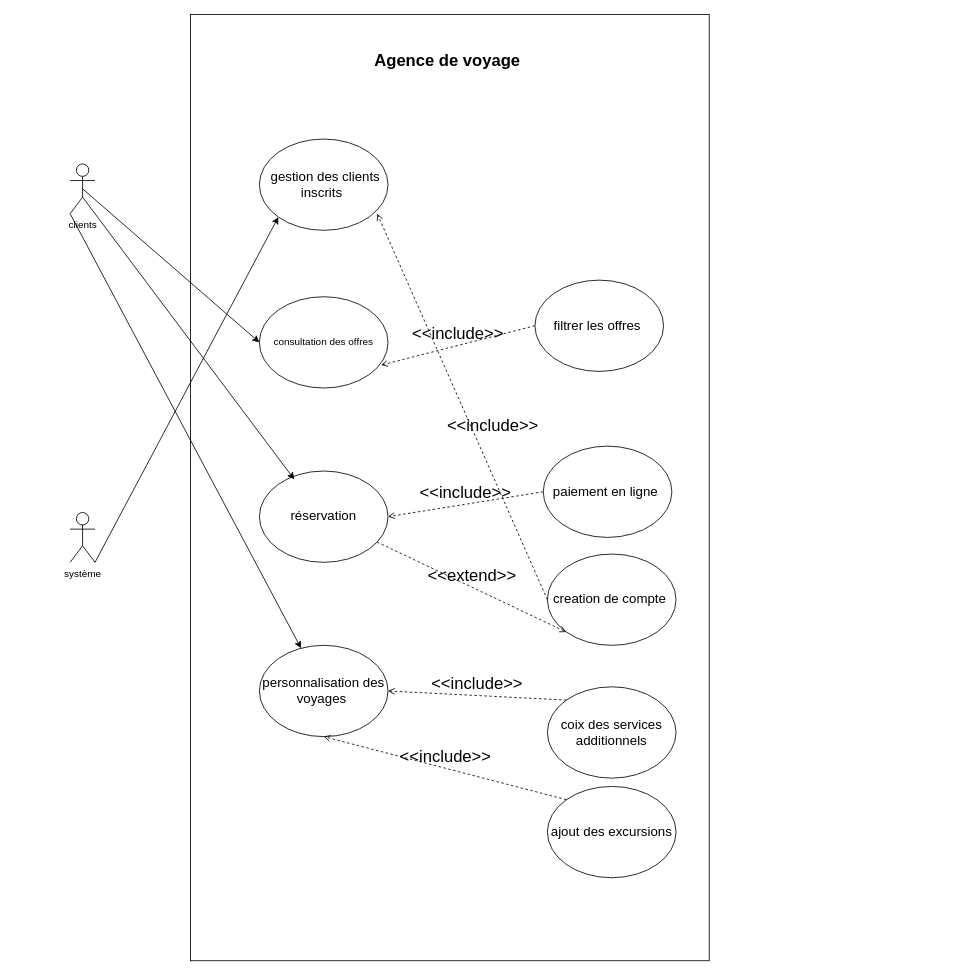
The draw.io diagram UML-use-case -voyage.drawio in HananeOubaha/brief-7-agence-voyage, before the edit. Source tidied: cells renumbered, new cells numbered last; positions are measured from the earlier drawing's top-left corner, leaving out a move shared by most shapes. Both pictures are drawn from the tidied source at 83%, with x=0, y=0 at pixel (70, 14).
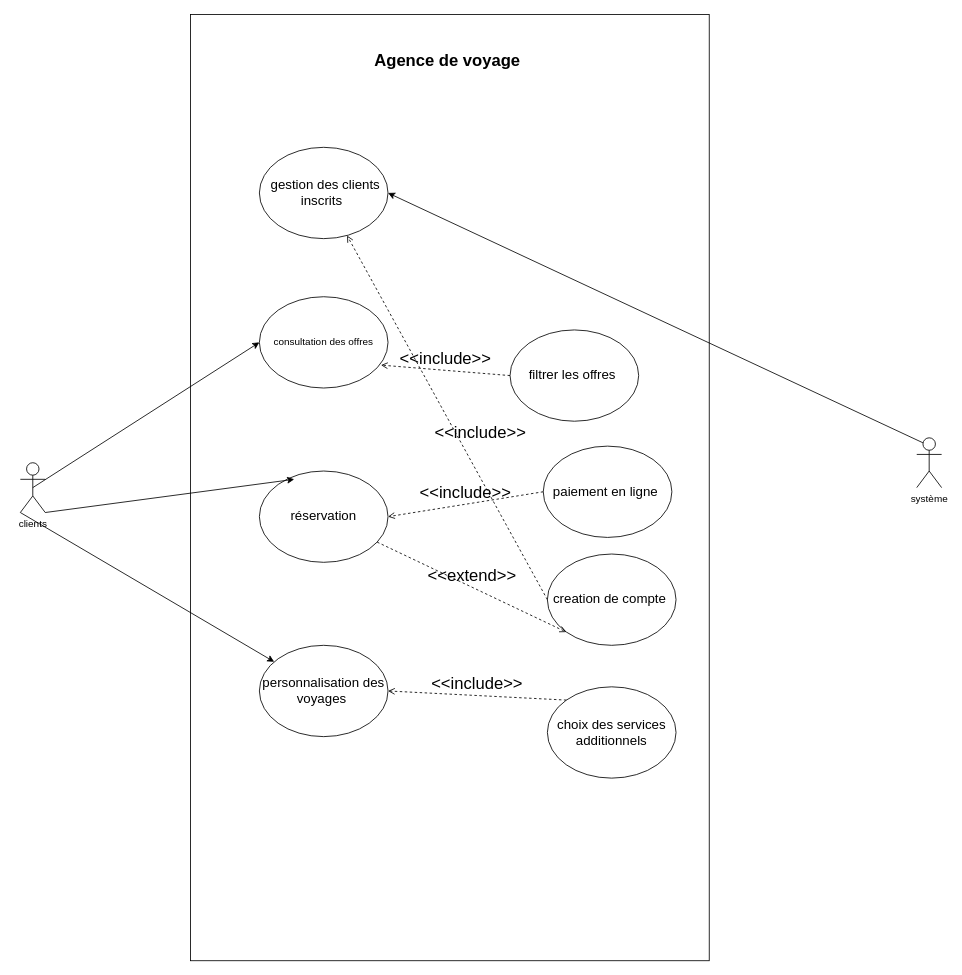
The same diagram, later.

Commit message (it also covers changes not shown here):
j'ai ajouté mon fichier php

Unchanged cells that the change refers to:
```xml
<mxCell id="9" value="&lt;span style=&quot;font-size: 12pt; line-height: 115%; font-family: Aptos, sans-serif;&quot; lang=&quot;FR&quot;&gt;personnalisation des voyages&amp;nbsp;&lt;/span&gt;" style="ellipse;whiteSpace=wrap;html=1;" parent="1" vertex="1">
  <mxGeometry x="228" y="760" width="155" height="110" as="geometry" />
</mxCell>
<mxCell id="16" value="&lt;span style=&quot;font-size: 12pt; line-height: 115%; font-family: Aptos, sans-serif;&quot; lang=&quot;FR&quot;&gt;creation de compte&amp;nbsp;&lt;/span&gt;" style="ellipse;whiteSpace=wrap;html=1;" parent="1" vertex="1">
  <mxGeometry x="575" y="650" width="155" height="110" as="geometry" />
</mxCell>
```

What changed in the source:
```diff
@@
     <mxCell id="4" value="clients" style="shape=umlActor;verticalLabelPosition=bottom;verticalAlign=top;html=1;outlineConnect=0;" parent="1" vertex="1">
-      <mxGeometry y="180" width="30" height="60" as="geometry" />
+      <mxGeometry x="-60" y="540" width="30" height="60" as="geometry" />
     </mxCell>
     <mxCell id="5" value="système" style="shape=umlActor;verticalLabelPosition=bottom;verticalAlign=top;html=1;outlineConnect=0;" parent="1" vertex="1">
-      <mxGeometry y="600" width="30" height="60" as="geometry" />
+      <mxGeometry x="1020" y="510" width="30" height="60" as="geometry" />
     </mxCell>
     <mxCell id="6" value="&lt;span style=&quot;font-size: 12pt; line-height: 115%; font-family: Aptos, sans-serif;&quot; lang=&quot;FR&quot;&gt;&amp;nbsp;gestion des clients inscrits&amp;nbsp;&lt;/span&gt;" style="ellipse;whiteSpace=wrap;html=1;" parent="1" vertex="1">
-      <mxGeometry x="228" y="150" width="155" height="110" as="geometry" />
+      <mxGeometry x="228" y="160" width="155" height="110" as="geometry" />
     </mxCell>
@@
-    <mxCell id="13" style="endArrow=classic;html=1;fontSize=20;exitX=1;exitY=1;exitDx=0;exitDy=0;exitPerimeter=0;entryX=0;entryY=1;entryDx=0;entryDy=0;" parent="1" edge="1" source="5" target="6">
+    <mxCell id="13" style="endArrow=classic;html=1;fontSize=20;entryX=1;entryY=0.5;entryDx=0;entryDy=0;exitX=0.25;exitY=0.1;exitDx=0;exitDy=0;exitPerimeter=0;" parent="1" edge="1" source="5" target="6">
       <mxGeometry relative="1" as="geometry" />
     </mxCell>
     <mxCell id="14" value="&lt;span style=&quot;font-size: 12pt; line-height: 115%; font-family: Aptos, sans-serif;&quot; lang=&quot;FR&quot;&gt;filtrer les offres&amp;nbsp;&lt;/span&gt;" style="ellipse;whiteSpace=wrap;html=1;" parent="1" vertex="1">
-      <mxGeometry x="560" y="320" width="155" height="110" as="geometry" />
+      <mxGeometry x="530" y="380" width="155" height="110" as="geometry" />
     </mxCell>
@@
-    <mxCell id="17" value="&lt;span style=&quot;font-size: 12pt; line-height: 115%; font-family: Aptos, sans-serif;&quot; lang=&quot;FR&quot;&gt;coix des services additionnels&lt;/span&gt;" style="ellipse;whiteSpace=wrap;html=1;" parent="1" vertex="1">
+    <mxCell id="17" value="&lt;span style=&quot;font-size: 12pt; line-height: 115%; font-family: Aptos, sans-serif;&quot; lang=&quot;FR&quot;&gt;choix des services additionnels&lt;/span&gt;" style="ellipse;whiteSpace=wrap;html=1;" parent="1" vertex="1">
       <mxGeometry x="575" y="810" width="155" height="110" as="geometry" />
     </mxCell>
-    <mxCell id="18" value="&lt;span style=&quot;font-size: 12pt; line-height: 115%; font-family: Aptos, sans-serif;&quot; lang=&quot;FR&quot;&gt;ajout des excursions&lt;/span&gt;" style="ellipse;whiteSpace=wrap;html=1;" parent="1" vertex="1">
-      <mxGeometry x="575" y="930" width="155" height="110" as="geometry" />
-    </mxCell>
@@
-    <mxCell id="20" value="&amp;lt;&amp;lt;include&amp;gt;&amp;gt;" style="html=1;verticalAlign=bottom;labelBackgroundColor=none;endArrow=open;endFill=0;dashed=1;fontSize=20;exitX=0;exitY=0.5;exitDx=0;exitDy=0;" parent="1" edge="1" source="16">
-      <mxGeometry x="-0.19" y="-19" relative="1" as="geometry">
-        <mxPoint x="370" y="240" as="targetPoint" />
-      </mxGeometry>
+    <mxCell id="20" value="&amp;lt;&amp;lt;include&amp;gt;&amp;gt;" style="html=1;verticalAlign=bottom;labelBackgroundColor=none;endArrow=open;endFill=0;dashed=1;fontSize=20;exitX=0;exitY=0.5;exitDx=0;exitDy=0;" parent="1" edge="1" source="16" target="6">
+      <mxGeometry x="-0.19" y="-19" relative="1" as="geometry" />
     </mxCell>
@@
-    <mxCell id="23" value="&amp;lt;&amp;lt;include&amp;gt;&amp;gt;" style="html=1;verticalAlign=bottom;labelBackgroundColor=none;endArrow=open;endFill=0;dashed=1;fontSize=20;entryX=0.5;entryY=1;entryDx=0;entryDy=0;exitX=0;exitY=0;exitDx=0;exitDy=0;" parent="1" edge="1" source="18" target="9">
-      <mxGeometry relative="1" as="geometry" />
-    </mxCell>
```
